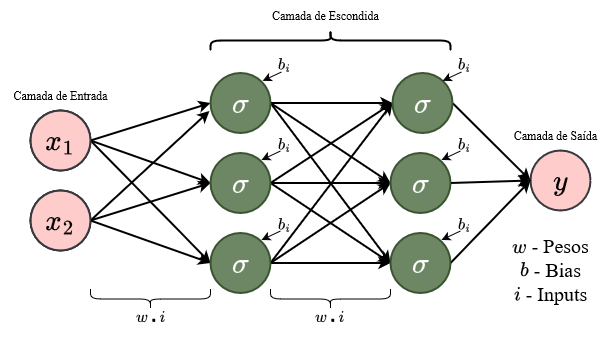
This is RNA Diagrama.drawio.png from Guilhos/UFBA, a draw.io export, as it was before one commit. Source tidied: cells renumbered, new cells last; positions are measured from the earlier drawing's top-left corner, leaving out a move shared by most shapes.
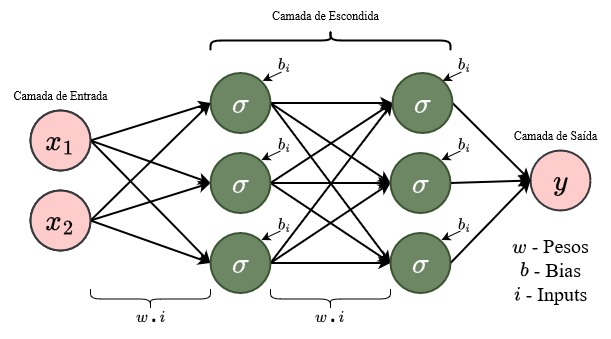
Above is the later version.

Change to the diagram source:
```diff
@@ -52,7 +52,7 @@
     <mxCell id="17" value="$$\sigma$$" style="ellipse;whiteSpace=wrap;html=1;fontSize=25;strokeWidth=2;fillColor=#6d8764;fontColor=#ffffff;strokeColor=#3A5431;labelBackgroundColor=none;" parent="1" vertex="1">
       <mxGeometry x="210" y="232.5" width="60" height="60" as="geometry" />
     </mxCell>
-    <mxCell id="18" style="rounded=0;jettySize=auto;html=1;exitX=1;exitY=0.5;exitDx=0;exitDy=0;entryX=-0.017;entryY=0.633;entryDx=0;entryDy=0;entryPerimeter=0;strokeWidth=2;labelBackgroundColor=none;fontFamily=Times New Roman;" parent="1" edge="1" source="9" target="13">
+    <mxCell id="18" style="rounded=0;jettySize=auto;html=1;exitX=1;exitY=0.5;exitDx=0;exitDy=0;entryX=0;entryY=0.5;entryDx=0;entryDy=0;strokeWidth=2;labelBackgroundColor=none;fontFamily=Times New Roman;" parent="1" edge="1" source="9" target="13">
       <mxGeometry relative="1" as="geometry" />
     </mxCell>
     <mxCell id="19" style="rounded=0;jettySize=auto;html=1;exitX=1;exitY=0.5;exitDx=0;exitDy=0;entryX=0;entryY=0.5;entryDx=0;entryDy=0;strokeWidth=2;labelBackgroundColor=none;" parent="1" edge="1" source="23" target="25">
```
